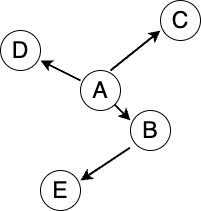
Above: him_pre1.png in Rwatana/DrawImages (draw.io), before the change. Source tidied: cells renumbered, new cells last; positions are measured from the earlier drawing's top-left corner, leaving out a move shared by most shapes. Source of this version:
```xml
<mxGraphModel>
  <root>
    <mxCell id="0" />
    <mxCell id="1" parent="0" />
    <mxCell id="2" style="endArrow=classic;html=1;rounded=0;exitX=0.75;exitY=1;exitDx=0;exitDy=0;entryX=0.25;entryY=0.25;entryDx=0;entryDy=0;fontSize=11;entryPerimeter=0;strokeWidth=2;" parent="1" edge="1">
      <mxGeometry relative="1" as="geometry">
        <mxPoint x="110" y="100" as="sourcePoint" />
        <mxPoint x="130" y="120" as="targetPoint" />
      </mxGeometry>
    </mxCell>
    <mxCell id="3" style="endArrow=classic;html=1;rounded=0;exitX=0.236;exitY=0.931;exitDx=0;exitDy=0;entryX=0.75;entryY=0.25;entryDx=0;entryDy=0;fontSize=11;entryPerimeter=0;exitPerimeter=0;strokeWidth=2;" parent="1" edge="1">
      <mxGeometry relative="1" as="geometry">
        <mxPoint x="129.4" y="147.2" as="sourcePoint" />
        <mxPoint x="80" y="180" as="targetPoint" />
      </mxGeometry>
    </mxCell>
    <mxCell id="4" style="endArrow=classic;html=1;rounded=0;entryX=0.15;entryY=0.75;entryDx=0;entryDy=0;fontSize=11;entryPerimeter=0;exitX=0.75;exitY=0.25;exitDx=0;exitDy=0;exitPerimeter=0;strokeWidth=2;" parent="1" edge="1">
      <mxGeometry relative="1" as="geometry">
        <mxPoint x="110" y="70" as="sourcePoint" />
        <mxPoint x="160" y="30" as="targetPoint" />
      </mxGeometry>
    </mxCell>
    <mxCell id="5" style="endArrow=classic;html=1;rounded=0;exitX=0;exitY=0.5;exitDx=0;exitDy=0;entryX=1;entryY=0.75;entryDx=0;entryDy=0;fontSize=11;strokeWidth=2;" parent="1" edge="1">
      <mxGeometry relative="1" as="geometry">
        <mxPoint x="80" y="80" as="sourcePoint" />
        <mxPoint x="40" y="60" as="targetPoint" />
      </mxGeometry>
    </mxCell>
    <mxCell id="6" value="&lt;font style=&quot;font-size: 23px;&quot;&gt;A&lt;/font&gt;" style="ellipse;whiteSpace=wrap;html=1;" parent="1" vertex="1">
      <mxGeometry x="80" y="70" width="40" height="40" as="geometry" />
    </mxCell>
    <mxCell id="7" value="&lt;span style=&quot;font-size: 23px;&quot;&gt;B&lt;/span&gt;" style="ellipse;whiteSpace=wrap;html=1;" parent="1" vertex="1">
      <mxGeometry x="130" y="110" width="40" height="40" as="geometry" />
    </mxCell>
    <mxCell id="8" value="&lt;span style=&quot;font-size: 23px;&quot;&gt;E&lt;/span&gt;" style="ellipse;whiteSpace=wrap;html=1;" parent="1" vertex="1">
      <mxGeometry x="40" y="170" width="40" height="40" as="geometry" />
    </mxCell>
    <mxCell id="9" value="&lt;span style=&quot;font-size: 23px;&quot;&gt;C&lt;/span&gt;" style="ellipse;whiteSpace=wrap;html=1;" parent="1" vertex="1">
      <mxGeometry x="160" width="40" height="40" as="geometry" />
    </mxCell>
    <mxCell id="10" value="&lt;span style=&quot;font-size: 23px;&quot;&gt;D&lt;/span&gt;" style="ellipse;whiteSpace=wrap;html=1;" parent="1" vertex="1">
      <mxGeometry y="30" width="40" height="40" as="geometry" />
    </mxCell>
  </root>
</mxGraphModel>
```
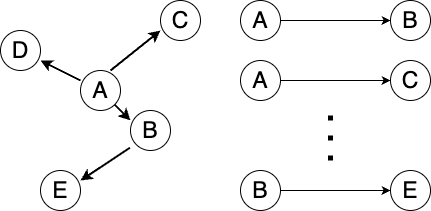
Later version of the same file.

Commit message:
him_pre1.png を更新します

Diff of the diagram source:
```diff
@@ -41,5 +41,38 @@
     <mxCell id="10" value="&lt;span style=&quot;font-size: 23px;&quot;&gt;D&lt;/span&gt;" style="ellipse;whiteSpace=wrap;html=1;" parent="1" vertex="1">
       <mxGeometry y="30" width="40" height="40" as="geometry" />
     </mxCell>
+    <mxCell id="11" style="edgeStyle=orthogonalEdgeStyle;rounded=0;jettySize=auto;html=1;entryX=0;entryY=0.5;entryDx=0;entryDy=0;" parent="1" edge="1" source="12" target="17">
+      <mxGeometry relative="1" as="geometry" />
+    </mxCell>
+    <mxCell id="12" value="&lt;font style=&quot;font-size: 23px;&quot;&gt;A&lt;/font&gt;" style="ellipse;whiteSpace=wrap;html=1;" parent="1" vertex="1">
+      <mxGeometry x="240" width="40" height="40" as="geometry" />
+    </mxCell>
+    <mxCell id="13" style="edgeStyle=orthogonalEdgeStyle;rounded=0;jettySize=auto;html=1;exitX=1;exitY=0.5;exitDx=0;exitDy=0;entryX=0;entryY=0.5;entryDx=0;entryDy=0;" parent="1" edge="1" source="14" target="19">
+      <mxGeometry relative="1" as="geometry" />
+    </mxCell>
+    <mxCell id="14" value="&lt;font style=&quot;font-size: 23px;&quot;&gt;A&lt;/font&gt;" style="ellipse;whiteSpace=wrap;html=1;" parent="1" vertex="1">
+      <mxGeometry x="240" y="60" width="40" height="40" as="geometry" />
+    </mxCell>
+    <mxCell id="15" style="edgeStyle=orthogonalEdgeStyle;rounded=0;jettySize=auto;html=1;" parent="1" edge="1" source="16" target="18">
+      <mxGeometry relative="1" as="geometry" />
+    </mxCell>
+    <mxCell id="16" value="&lt;span style=&quot;font-size: 23px;&quot;&gt;B&lt;/span&gt;" style="ellipse;whiteSpace=wrap;html=1;" parent="1" vertex="1">
+      <mxGeometry x="240" y="170" width="40" height="40" as="geometry" />
+    </mxCell>
+    <mxCell id="17" value="&lt;span style=&quot;font-size: 23px;&quot;&gt;B&lt;/span&gt;" style="ellipse;whiteSpace=wrap;html=1;" parent="1" vertex="1">
+      <mxGeometry x="390" width="40" height="40" as="geometry" />
+    </mxCell>
+    <mxCell id="18" value="&lt;span style=&quot;font-size: 23px;&quot;&gt;E&lt;/span&gt;" style="ellipse;whiteSpace=wrap;html=1;" parent="1" vertex="1">
+      <mxGeometry x="390" y="170" width="40" height="40" as="geometry" />
+    </mxCell>
+    <mxCell id="19" value="&lt;span style=&quot;font-size: 23px;&quot;&gt;C&lt;/span&gt;" style="ellipse;whiteSpace=wrap;html=1;" parent="1" vertex="1">
+      <mxGeometry x="390" y="60" width="40" height="40" as="geometry" />
+    </mxCell>
+    <mxCell id="20" style="endArrow=none;dashed=1;html=1;dashPattern=1 3;strokeWidth=5;rounded=0;" parent="1" edge="1">
+      <mxGeometry relative="1" as="geometry">
+        <mxPoint x="330" y="160" as="sourcePoint" />
+        <mxPoint x="330" y="110" as="targetPoint" />
+      </mxGeometry>
+    </mxCell>
   </root>
 </mxGraphModel>
```
